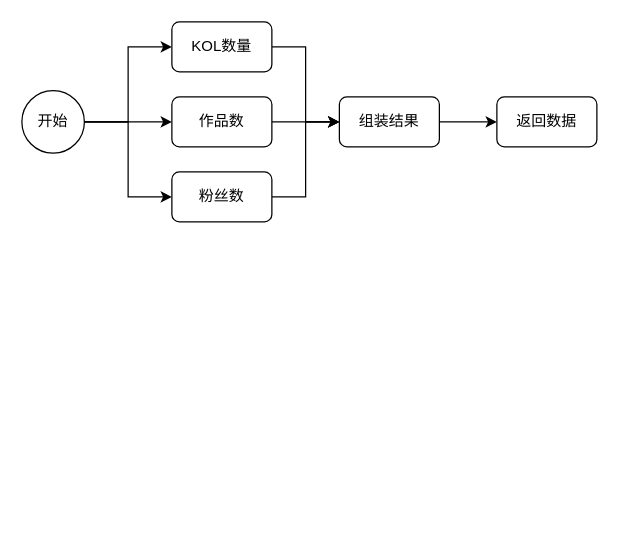
Before: fsight-dag.drawio in zhufuyin/draw, a draw.io diagram. Source tidied: cells renumbered, new cells numbered last; positions are measured from the earlier drawing's top-left corner, leaving out a move shared by most shapes. Both pictures are drawn from the tidied source at 125%, with x=0, y=0 at pixel (21, 21).
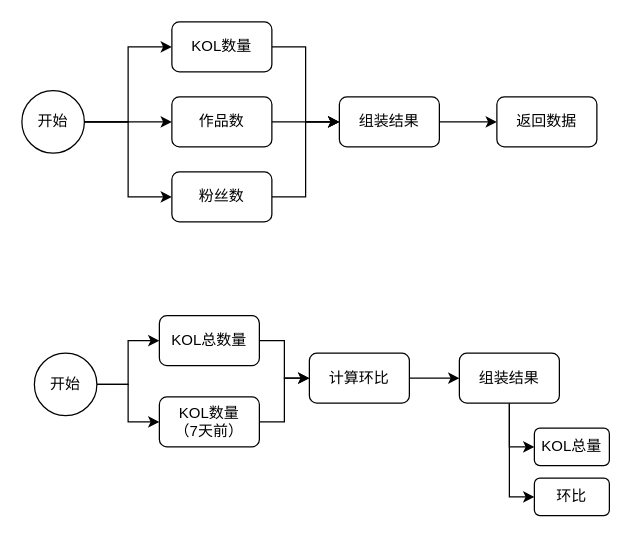
After the change.

Diff of the diagram source:
```diff
@@
+    <mxCell id="15" style="edgeStyle=orthogonalEdgeStyle;rounded=0;jettySize=auto;html=1;exitX=1;exitY=0.5;exitDx=0;exitDy=0;entryX=0;entryY=0.5;entryDx=0;entryDy=0;" parent="1" edge="1" source="17" target="19">
+      <mxGeometry relative="1" as="geometry" />
+    </mxCell>
+    <mxCell id="16" style="edgeStyle=orthogonalEdgeStyle;rounded=0;jettySize=auto;html=1;exitX=1;exitY=0.5;exitDx=0;exitDy=0;entryX=0;entryY=0.5;entryDx=0;entryDy=0;" parent="1" edge="1" source="17" target="21">
+      <mxGeometry relative="1" as="geometry" />
+    </mxCell>
+    <mxCell id="17" value="开始" style="ellipse;whiteSpace=wrap;html=1;" parent="1" vertex="1">
+      <mxGeometry x="10" y="265" width="50" height="50" as="geometry" />
+    </mxCell>
+    <mxCell id="18" style="edgeStyle=orthogonalEdgeStyle;rounded=0;jettySize=auto;html=1;exitX=1;exitY=0.5;exitDx=0;exitDy=0;entryX=0;entryY=0.5;entryDx=0;entryDy=0;" parent="1" edge="1" source="19" target="23">
+      <mxGeometry relative="1" as="geometry" />
+    </mxCell>
+    <mxCell id="19" value="KOL总数量" style="rounded=1;whiteSpace=wrap;html=1;" parent="1" vertex="1">
+      <mxGeometry x="110" y="235" width="80" height="40" as="geometry" />
+    </mxCell>
+    <mxCell id="20" style="edgeStyle=orthogonalEdgeStyle;rounded=0;jettySize=auto;html=1;exitX=1;exitY=0.5;exitDx=0;exitDy=0;entryX=0;entryY=0.5;entryDx=0;entryDy=0;" parent="1" edge="1" source="21" target="23">
+      <mxGeometry relative="1" as="geometry" />
+    </mxCell>
+    <mxCell id="21" value="KOL数量&lt;br&gt;（7天前）" style="rounded=1;whiteSpace=wrap;html=1;" parent="1" vertex="1">
+      <mxGeometry x="110" y="300" width="80" height="40" as="geometry" />
+    </mxCell>
+    <mxCell id="22" style="edgeStyle=orthogonalEdgeStyle;rounded=0;jettySize=auto;html=1;exitX=1;exitY=0.5;exitDx=0;exitDy=0;entryX=0;entryY=0.5;entryDx=0;entryDy=0;" parent="1" edge="1" source="23" target="26">
+      <mxGeometry relative="1" as="geometry" />
+    </mxCell>
+    <mxCell id="23" value="计算环比" style="rounded=1;whiteSpace=wrap;html=1;" parent="1" vertex="1">
+      <mxGeometry x="230" y="265" width="80" height="40" as="geometry" />
+    </mxCell>
+    <mxCell id="24" style="edgeStyle=orthogonalEdgeStyle;rounded=0;jettySize=auto;html=1;exitX=0.5;exitY=1;exitDx=0;exitDy=0;entryX=0;entryY=0.5;entryDx=0;entryDy=0;" parent="1" edge="1" source="26" target="27">
+      <mxGeometry relative="1" as="geometry" />
+    </mxCell>
+    <mxCell id="25" style="edgeStyle=orthogonalEdgeStyle;rounded=0;jettySize=auto;html=1;exitX=0.5;exitY=1;exitDx=0;exitDy=0;entryX=0;entryY=0.5;entryDx=0;entryDy=0;" parent="1" edge="1" source="26" target="28">
+      <mxGeometry relative="1" as="geometry" />
+    </mxCell>
+    <mxCell id="26" value="组装结果" style="rounded=1;whiteSpace=wrap;html=1;" parent="1" vertex="1">
+      <mxGeometry x="350" y="265" width="80" height="40" as="geometry" />
+    </mxCell>
+    <mxCell id="27" value="KOL总量" style="rounded=1;whiteSpace=wrap;html=1;" parent="1" vertex="1">
+      <mxGeometry x="410" y="325" width="60" height="30" as="geometry" />
+    </mxCell>
+    <mxCell id="28" value="环比" style="rounded=1;whiteSpace=wrap;html=1;" parent="1" vertex="1">
+      <mxGeometry x="410" y="365" width="60" height="30" as="geometry" />
+    </mxCell>
```
